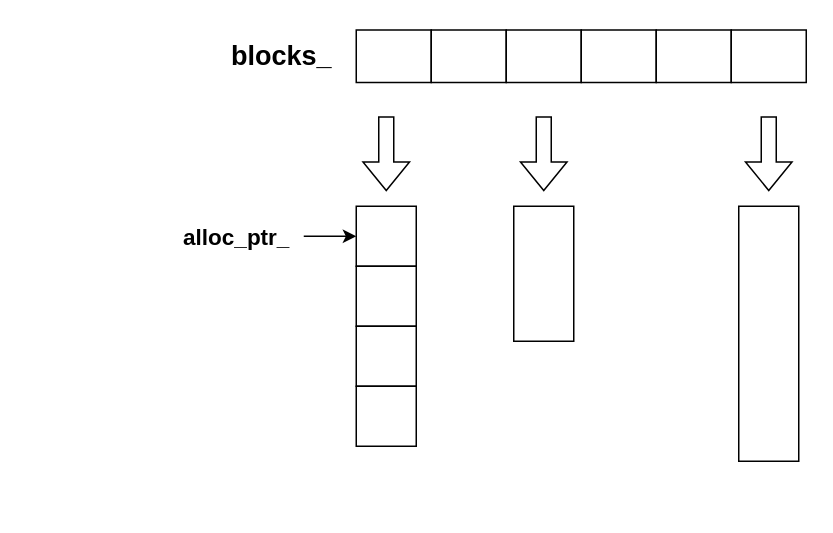
Above: levelDB学习.drawio in Jev0987/drawioFile (draw.io), before the change. Source tidied: cells renumbered, new cells numbered last; positions are measured from the earlier drawing's top-left corner, leaving out a move shared by most shapes. Both pictures are drawn from the tidied source at 150%, with x=0, y=0 at pixel (168, 26).
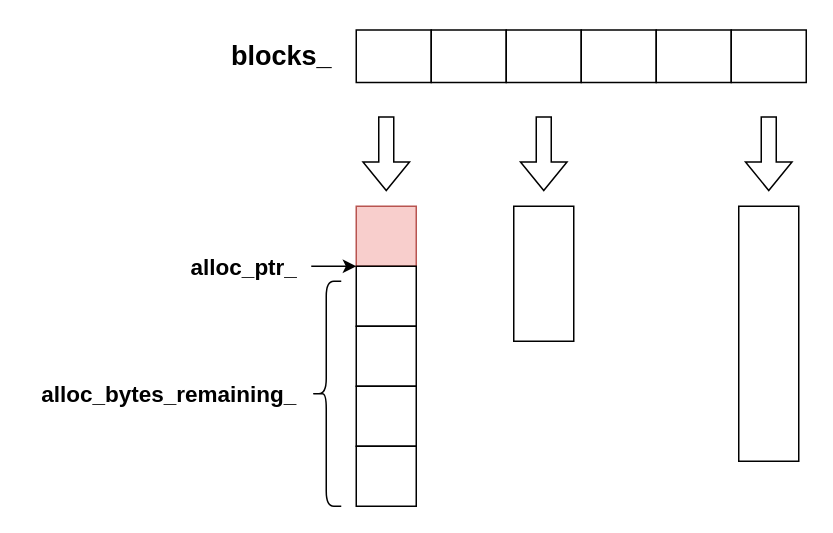
The same page after the edit.

Unchanged cells that the change refers to:
```xml
<mxCell id="16" style="rounded=0;whiteSpace=wrap;html=1;" parent="1" vertex="1">
  <mxGeometry x="125" y="160" width="40" height="40" as="geometry" />
</mxCell>
```

Change to the diagram source:
```diff
@@
-    <mxCell id="10" style="rounded=0;whiteSpace=wrap;html=1;" parent="1" vertex="1">
+    <mxCell id="10" style="rounded=0;whiteSpace=wrap;html=1;fillColor=#f8cecc;strokeColor=#b85450;" parent="1" vertex="1">
       <mxGeometry x="125" y="120" width="40" height="40" as="geometry" />
     </mxCell>
@@
     <mxCell id="15" value="&lt;b&gt;&lt;font style=&quot;font-size: 15px;&quot;&gt;alloc_ptr_&lt;/font&gt;&lt;/b&gt;" style="text;html=1;align=center;verticalAlign=middle;points=[];strokeColor=none;fillColor=none;" parent="1" vertex="1">
-      <mxGeometry y="125" width="90" height="30" as="geometry" />
+      <mxGeometry x="5" y="145" width="90" height="30" as="geometry" />
     </mxCell>
@@
-    <mxCell id="19" style="endArrow=classic;html=1;rounded=0;exitX=1;exitY=0.5;exitDx=0;exitDy=0;exitPerimeter=0;entryX=0;entryY=0.5;entryDx=0;entryDy=0;" parent="1" edge="1" source="15" target="10">
+    <mxCell id="19" style="endArrow=classic;html=1;rounded=0;exitX=1;exitY=0.5;exitDx=0;exitDy=0;exitPerimeter=0;entryX=0;entryY=0;entryDx=0;entryDy=0;" parent="1" edge="1" source="15" target="16">
       <mxGeometry relative="1" as="geometry" />
     </mxCell>
+    <mxCell id="20" value="&lt;b&gt;&lt;font style=&quot;font-size: 15px;&quot;&gt;alloc_bytes_remaining_&lt;/font&gt;&lt;/b&gt;" style="text;html=1;align=center;verticalAlign=middle;strokeColor=none;fillColor=none;" parent="1" vertex="1">
+      <mxGeometry x="-95" y="230" width="190" height="30" as="geometry" />
+    </mxCell>
+    <mxCell id="21" style="shape=curlyBracket;whiteSpace=wrap;html=1;rounded=1;labelPosition=left;verticalLabelPosition=middle;align=right;verticalAlign=middle;" parent="1" vertex="1">
+      <mxGeometry x="95" y="170" width="20" height="150" as="geometry" />
+    </mxCell>
+    <mxCell id="22" style="rounded=0;whiteSpace=wrap;html=1;" parent="1" vertex="1">
+      <mxGeometry x="125" y="280" width="40" height="40" as="geometry" />
+    </mxCell>
```
